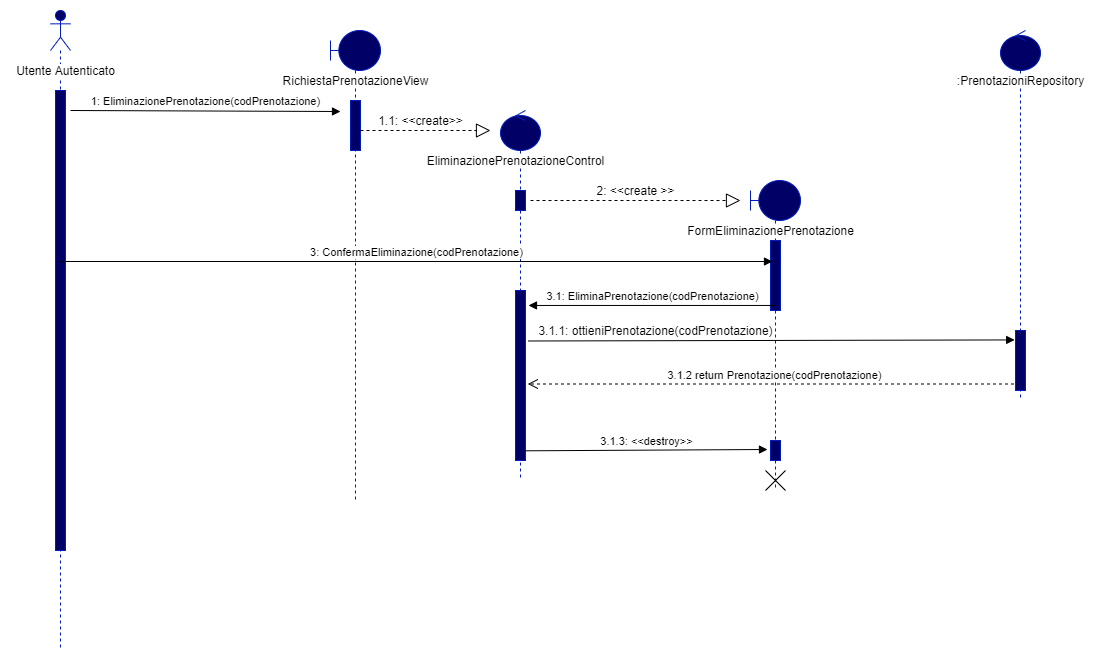
Above: Documenti/Sequence Diagram/Eliminazione Prenotazione/SD EliminazionePrenotazione.png in Givaa/MedQueue (draw.io), before the change. Source tidied: cells renumbered, new cells last; positions are measured from the earlier drawing's top-left corner, leaving out a move shared by most shapes.
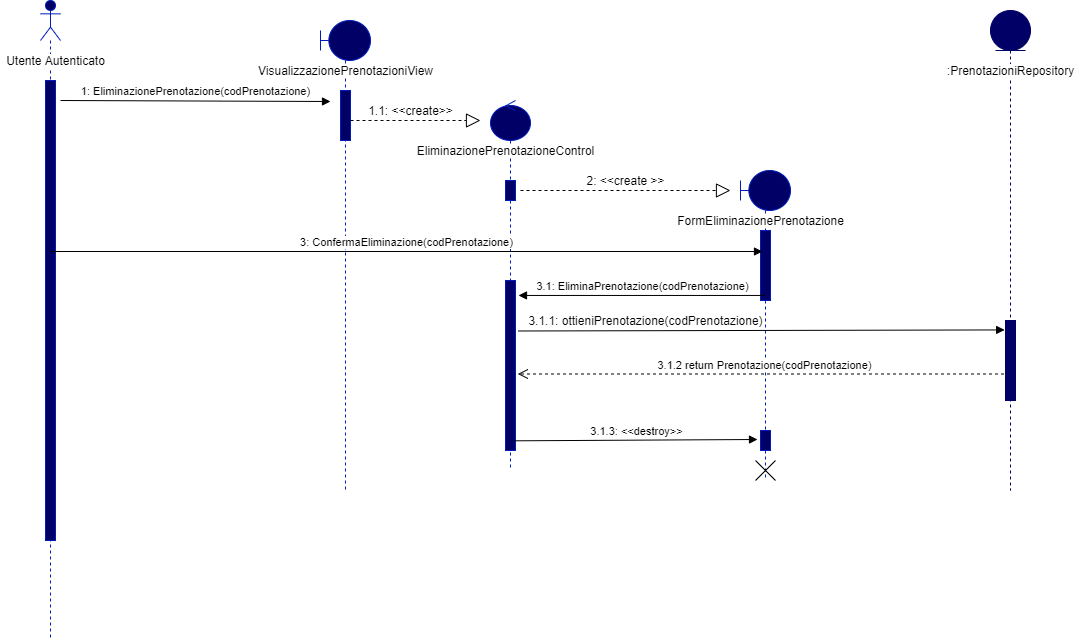
The same diagram one commit later.

The edit, as a diff of the source:
```diff
@@ -23,8 +23,8 @@
     <mxCell id="7" style="html=1;perimeter=orthogonalPerimeter;strokeColor=#001DBC;fontColor=#ffffff;fillColor=#000066;" parent="6" vertex="1">
       <mxGeometry x="20" y="70" width="10" height="50" as="geometry" />
     </mxCell>
-    <mxCell id="8" value="&lt;span style=&quot;background-color: rgb(255 , 255 , 255)&quot;&gt;RichiestaPrenotazioneView&lt;/span&gt;" style="text;html=1;align=center;verticalAlign=middle;" parent="1" vertex="1">
-      <mxGeometry x="265" y="60" width="160" height="20" as="geometry" />
+    <mxCell id="8" value="&lt;span style=&quot;background-color: rgb(255 , 255 , 255)&quot;&gt;VisualizzazionePrenotazioniView&lt;/span&gt;" style="text;html=1;align=center;verticalAlign=middle;" parent="1" vertex="1">
+      <mxGeometry x="250" y="60" width="190" height="20" as="geometry" />
     </mxCell>
     <mxCell id="9" style="endArrow=block;dashed=1;endFill=0;endSize=12;html=1;" parent="1" edge="1">
       <mxGeometry relative="1" as="geometry">
@@ -71,8 +71,10 @@
     <mxCell id="21" value="3.1: EliminaPrenotazione(codPrenotazione)" style="html=1;verticalAlign=bottom;endArrow=block;entryX=1.3;entryY=0.088;entryDx=0;entryDy=0;entryPerimeter=0;" parent="1" edge="1" source="17" target="13">
       <mxGeometry relative="1" as="geometry" />
     </mxCell>
-    <mxCell id="22" style="html=1;verticalAlign=bottom;endArrow=block;exitX=1.286;exitY=0.297;exitDx=0;exitDy=0;exitPerimeter=0;entryX=-0.086;entryY=0.157;entryDx=0;entryDy=0;entryPerimeter=0;" parent="1" edge="1" source="13" target="28">
-      <mxGeometry relative="1" as="geometry" />
+    <mxCell id="22" style="html=1;verticalAlign=bottom;endArrow=block;exitX=1.286;exitY=0.297;exitDx=0;exitDy=0;exitPerimeter=0;entryX=-0.086;entryY=0.157;entryDx=0;entryDy=0;entryPerimeter=0;" parent="1" edge="1" source="13">
+      <mxGeometry relative="1" as="geometry">
+        <mxPoint x="1004.1" y="329.4" as="targetPoint" />
+      </mxGeometry>
     </mxCell>
     <mxCell id="23" value="3.1.1: ottieniPrenotazione(codPrenotazione)" style="text;html=1;align=center;verticalAlign=middle;" parent="1" vertex="1">
       <mxGeometry x="520" y="310" width="250" height="20" as="geometry" />
@@ -88,17 +90,19 @@
     <mxCell id="26" style="shape=umlDestroy;" parent="1" vertex="1">
       <mxGeometry x="755" y="460" width="20" height="20" as="geometry" />
     </mxCell>
-    <mxCell id="27" style="shape=umlLifeline;participant=umlControl;perimeter=lifelinePerimeter;whiteSpace=wrap;html=1;verticalAlign=top;spacingTop=36;outlineConnect=0;strokeColor=#001DBC;fontColor=#ffffff;fillColor=#000066;" parent="1" vertex="1">
-      <mxGeometry x="990" y="20" width="40" height="370" as="geometry" />
-    </mxCell>
-    <mxCell id="28" style="html=1;points=[];perimeter=orthogonalPerimeter;strokeColor=#001DBC;fontColor=#ffffff;fillColor=#000066;" parent="27" vertex="1">
-      <mxGeometry x="15" y="300" width="10" height="60" as="geometry" />
-    </mxCell>
+    <mxCell id="30" value="3.1.2 return Prenotazione(codPrenotazione)" style="html=1;verticalAlign=bottom;endArrow=open;dashed=1;endSize=8;entryX=1.229;entryY=0.55;entryDx=0;entryDy=0;entryPerimeter=0;" parent="1" edge="1" target="13">
+      <mxGeometry relative="1" as="geometry">
+        <mxPoint x="1009.5" y="373.5" as="sourcePoint" />
+      </mxGeometry>
+    </mxCell>
+    <mxCell id="31" style="shape=umlLifeline;participant=umlEntity;perimeter=lifelinePerimeter;whiteSpace=wrap;html=1;verticalAlign=top;spacingTop=36;strokeColor=#000066;fillColor=#000066;" parent="1" vertex="1">
+      <mxGeometry x="990" y="10" width="40" height="480" as="geometry" />
+    </mxCell>
+    <mxCell id="32" style="html=1;perimeter=orthogonalPerimeter;strokeColor=#000066;fillColor=#000066;" parent="31" vertex="1">
+      <mxGeometry x="15" y="310" width="10" height="80" as="geometry" />
+    </mxCell>
     <mxCell id="29" value="&lt;span style=&quot;background-color: rgb(255 , 255 , 255)&quot;&gt;:PrenotazioniRepository&lt;/span&gt;" style="text;html=1;align=center;verticalAlign=middle;" parent="1" vertex="1">
       <mxGeometry x="940" y="60" width="140" height="20" as="geometry" />
     </mxCell>
-    <mxCell id="30" value="3.1.2 return Prenotazione(codPrenotazione)" style="html=1;verticalAlign=bottom;endArrow=open;dashed=1;endSize=8;entryX=1.229;entryY=0.55;entryDx=0;entryDy=0;entryPerimeter=0;" parent="1" edge="1" source="27" target="13">
-      <mxGeometry relative="1" as="geometry" />
-    </mxCell>
   </root>
 </mxGraphModel>
```
